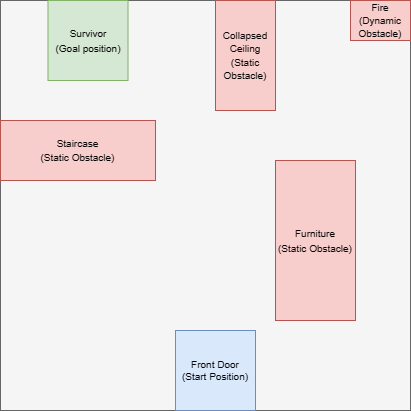
This is scenarios/disaster_response_0.png from ethanmclark1/conav_suite, a draw.io export, as it was before one commit. Source tidied: cells renumbered, new cells last; positions are measured from the earlier drawing's top-left corner, leaving out a move shared by most shapes. Source of this version:
```xml
<mxGraphModel>
  <root>
    <mxCell id="0" />
    <mxCell id="1" parent="0" />
    <mxCell id="2" style="whiteSpace=wrap;html=1;fillColor=#f5f5f5;fontColor=#333333;strokeColor=#666666;" parent="1" vertex="1">
      <mxGeometry width="410" height="410" as="geometry" />
    </mxCell>
    <mxCell id="3" value="Front Door&lt;br style=&quot;font-size: 10px;&quot;&gt;(Start Position)" style="whiteSpace=wrap;html=1;fillColor=#dae8fc;strokeColor=#6c8ebf;fontSize=10;" parent="1" vertex="1">
      <mxGeometry x="175" y="330" width="80" height="80" as="geometry" />
    </mxCell>
    <mxCell id="4" value="&lt;font style=&quot;font-size: 10px;&quot;&gt;Staircase&lt;br style=&quot;&quot;&gt;(Static Obstacle)&lt;/font&gt;" style="rounded=0;whiteSpace=wrap;html=1;fillColor=#f8cecc;strokeColor=#b85450;fontSize=11;" parent="1" vertex="1">
      <mxGeometry y="120" width="155" height="60" as="geometry" />
    </mxCell>
    <mxCell id="5" value="&lt;font style=&quot;font-size: 10px;&quot;&gt;Furniture&lt;br&gt;(Static Obstacle)&lt;/font&gt;" style="rounded=0;whiteSpace=wrap;html=1;fillColor=#f8cecc;strokeColor=#b85450;" parent="1" vertex="1">
      <mxGeometry x="275" y="160" width="80" height="160" as="geometry" />
    </mxCell>
    <mxCell id="6" value="&lt;font style=&quot;font-size: 10px;&quot;&gt;Collapsed Ceiling&lt;br style=&quot;&quot;&gt;(Static Obstacle)&lt;/font&gt;" style="rounded=0;whiteSpace=wrap;html=1;fillColor=#f8cecc;strokeColor=#b85450;fontSize=11;" parent="1" vertex="1">
      <mxGeometry x="215" width="60" height="110" as="geometry" />
    </mxCell>
    <mxCell id="7" value="&lt;font style=&quot;font-size: 10px;&quot;&gt;Survivor&lt;br&gt;(Goal position)&lt;/font&gt;" style="whiteSpace=wrap;html=1;fillColor=#d5e8d4;strokeColor=#82b366;" parent="1" vertex="1">
      <mxGeometry x="47.5" width="80" height="80" as="geometry" />
    </mxCell>
    <mxCell id="8" value="&lt;font style=&quot;font-size: 10px;&quot;&gt;Fire&lt;br&gt;(Dynamic Obstacle)&lt;/font&gt;" style="rounded=0;whiteSpace=wrap;html=1;fillColor=#f8cecc;strokeColor=#b85450;fontSize=11;" parent="1" vertex="1">
      <mxGeometry x="350" width="60" height="40" as="geometry" />
    </mxCell>
  </root>
</mxGraphModel>
```
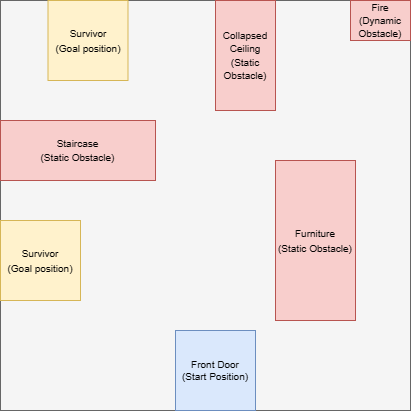
The same file after the commit.

Commit message:
Updated disaster_response problems, added value error for more than 2 agents

Change to the diagram source:
```diff
@@ -17,11 +17,14 @@
     <mxCell id="6" value="&lt;font style=&quot;font-size: 10px;&quot;&gt;Collapsed Ceiling&lt;br style=&quot;&quot;&gt;(Static Obstacle)&lt;/font&gt;" style="rounded=0;whiteSpace=wrap;html=1;fillColor=#f8cecc;strokeColor=#b85450;fontSize=11;" parent="1" vertex="1">
       <mxGeometry x="215" width="60" height="110" as="geometry" />
     </mxCell>
-    <mxCell id="7" value="&lt;font style=&quot;font-size: 10px;&quot;&gt;Survivor&lt;br&gt;(Goal position)&lt;/font&gt;" style="whiteSpace=wrap;html=1;fillColor=#d5e8d4;strokeColor=#82b366;" parent="1" vertex="1">
+    <mxCell id="7" value="&lt;font style=&quot;font-size: 10px;&quot;&gt;Survivor&lt;br&gt;(Goal position)&lt;/font&gt;" style="whiteSpace=wrap;html=1;fillColor=#fff2cc;strokeColor=#d6b656;" parent="1" vertex="1">
       <mxGeometry x="47.5" width="80" height="80" as="geometry" />
     </mxCell>
     <mxCell id="8" value="&lt;font style=&quot;font-size: 10px;&quot;&gt;Fire&lt;br&gt;(Dynamic Obstacle)&lt;/font&gt;" style="rounded=0;whiteSpace=wrap;html=1;fillColor=#f8cecc;strokeColor=#b85450;fontSize=11;" parent="1" vertex="1">
       <mxGeometry x="350" width="60" height="40" as="geometry" />
     </mxCell>
+    <mxCell id="9" value="&lt;font style=&quot;font-size: 10px;&quot;&gt;Survivor&lt;br&gt;(Goal position)&lt;/font&gt;" style="whiteSpace=wrap;html=1;fillColor=#fff2cc;strokeColor=#d6b656;" parent="1" vertex="1">
+      <mxGeometry y="220" width="80" height="80" as="geometry" />
+    </mxCell>
   </root>
 </mxGraphModel>
```
